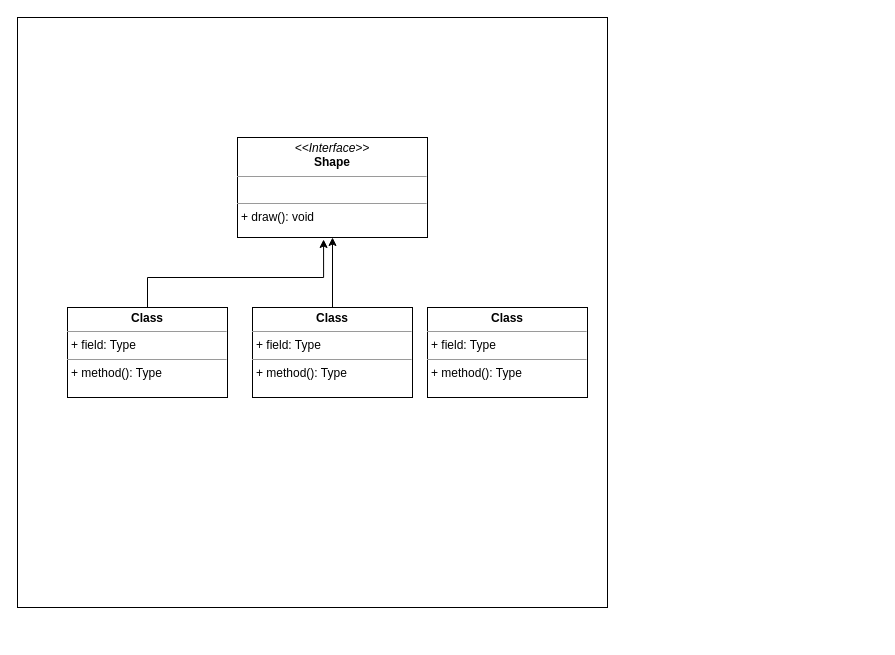
This is Factory Pattern 2.drawio from Chris-Lazarius/Drawing-of-programming-patterns-UML-Diagrams, a draw.io file, before an edit. Source tidied: cells renumbered, new cells numbered last; positions are measured from the earlier drawing's top-left corner, leaving out a move shared by most shapes. Both pictures are drawn from the tidied source at 100%, with x=0, y=0 at pixel (17, 17).
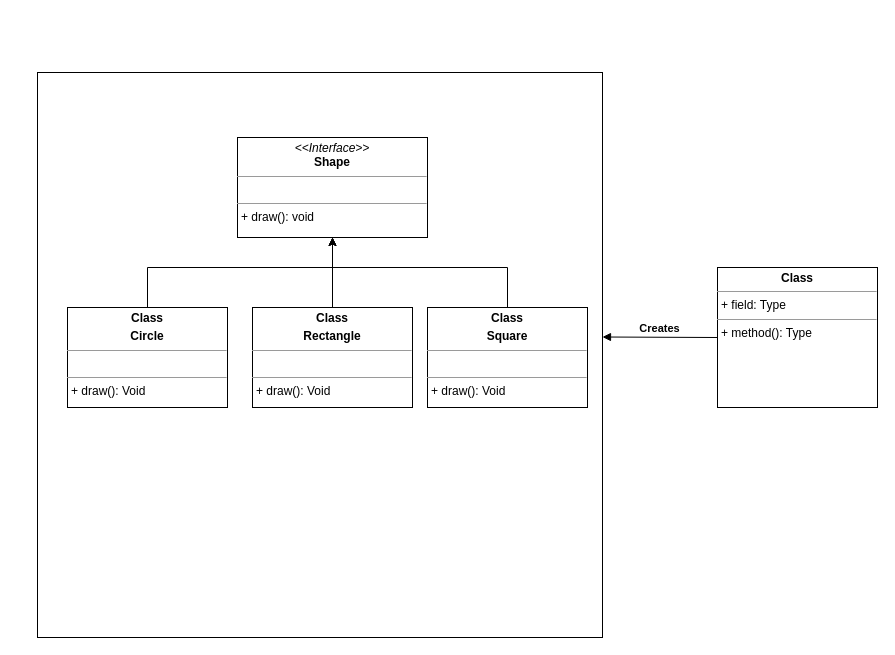
After the change.

Diff of the diagram source:
```diff
@@
 <mxGraphModel>
   <root>
     <mxCell id="0" />
     <mxCell id="1" parent="0" />
     <mxCell id="2" style="whiteSpace=wrap;html=1;" parent="1" vertex="1">
-      <mxGeometry width="590" height="590" as="geometry" />
+      <mxGeometry x="20" y="55" width="565" height="565" as="geometry" />
     </mxCell>
     <mxCell id="3" value="&lt;p style=&quot;margin:0px;margin-top:4px;text-align:center;&quot;&gt;&lt;i&gt;&amp;lt;&amp;lt;Interface&amp;gt;&amp;gt;&lt;/i&gt;&lt;br&gt;&lt;b&gt;Shape&lt;/b&gt;&lt;/p&gt;&lt;hr size=&quot;1&quot;&gt;&lt;p style=&quot;margin:0px;margin-left:4px;&quot;&gt;&lt;br&gt;&lt;/p&gt;&lt;hr size=&quot;1&quot;&gt;&lt;p style=&quot;margin:0px;margin-left:4px;&quot;&gt;+ draw(): void&lt;/p&gt;" style="verticalAlign=top;align=left;overflow=fill;fontSize=12;fontFamily=Helvetica;html=1;" parent="1" vertex="1">
       <mxGeometry x="220" y="120" width="190" height="100" as="geometry" />
     </mxCell>
-    <mxCell id="4" style="edgeStyle=orthogonalEdgeStyle;rounded=0;jettySize=auto;html=1;entryX=0.453;entryY=1.02;entryDx=0;entryDy=0;entryPerimeter=0;" parent="1" edge="1" source="5" target="3">
+    <mxCell id="4" style="edgeStyle=orthogonalEdgeStyle;rounded=0;jettySize=auto;html=1;exitX=0.5;exitY=0;exitDx=0;exitDy=0;entryX=0.5;entryY=1;entryDx=0;entryDy=0;" parent="1" edge="1" source="5" target="3">
       <mxGeometry relative="1" as="geometry">
         <Array as="points">
-          <mxPoint x="130" y="260" />
-          <mxPoint x="306" y="260" />
+          <mxPoint x="130" y="250" />
+          <mxPoint x="315" y="250" />
         </Array>
       </mxGeometry>
     </mxCell>
-    <mxCell id="5" value="&lt;p style=&quot;margin:0px;margin-top:4px;text-align:center;&quot;&gt;&lt;b&gt;Class&lt;/b&gt;&lt;/p&gt;&lt;hr size=&quot;1&quot;/&gt;&lt;p style=&quot;margin:0px;margin-left:4px;&quot;&gt;+ field: Type&lt;/p&gt;&lt;hr size=&quot;1&quot;/&gt;&lt;p style=&quot;margin:0px;margin-left:4px;&quot;&gt;+ method(): Type&lt;/p&gt;" style="verticalAlign=top;align=left;overflow=fill;fontSize=12;fontFamily=Helvetica;html=1;" parent="1" vertex="1">
-      <mxGeometry x="50" y="290" width="160" height="90" as="geometry" />
+    <mxCell id="5" value="&lt;p style=&quot;margin:0px;margin-top:4px;text-align:center;&quot;&gt;&lt;b&gt;Class&lt;/b&gt;&lt;/p&gt;&lt;p style=&quot;margin:0px;margin-top:4px;text-align:center;&quot;&gt;&lt;b&gt;Circle&lt;/b&gt;&lt;/p&gt;&lt;hr size=&quot;1&quot;&gt;&lt;p style=&quot;margin:0px;margin-left:4px;&quot;&gt;&lt;br&gt;&lt;/p&gt;&lt;hr size=&quot;1&quot;&gt;&lt;p style=&quot;margin:0px;margin-left:4px;&quot;&gt;+ draw(): Void&lt;/p&gt;" style="verticalAlign=top;align=left;overflow=fill;fontSize=12;fontFamily=Helvetica;html=1;" parent="1" vertex="1">
+      <mxGeometry x="50" y="290" width="160" height="100" as="geometry" />
     </mxCell>
     <mxCell id="6" style="edgeStyle=orthogonalEdgeStyle;rounded=0;jettySize=auto;html=1;" parent="1" edge="1" source="7" target="3">
       <mxGeometry relative="1" as="geometry" />
     </mxCell>
-    <mxCell id="7" value="&lt;p style=&quot;margin:0px;margin-top:4px;text-align:center;&quot;&gt;&lt;b&gt;Class&lt;/b&gt;&lt;/p&gt;&lt;hr size=&quot;1&quot;/&gt;&lt;p style=&quot;margin:0px;margin-left:4px;&quot;&gt;+ field: Type&lt;/p&gt;&lt;hr size=&quot;1&quot;/&gt;&lt;p style=&quot;margin:0px;margin-left:4px;&quot;&gt;+ method(): Type&lt;/p&gt;" style="verticalAlign=top;align=left;overflow=fill;fontSize=12;fontFamily=Helvetica;html=1;" parent="1" vertex="1">
-      <mxGeometry x="235" y="290" width="160" height="90" as="geometry" />
+    <mxCell id="7" value="&lt;p style=&quot;margin:0px;margin-top:4px;text-align:center;&quot;&gt;&lt;b&gt;Class&lt;/b&gt;&lt;/p&gt;&lt;p style=&quot;margin:0px;margin-top:4px;text-align:center;&quot;&gt;&lt;b&gt;Rectangle&lt;/b&gt;&lt;/p&gt;&lt;hr size=&quot;1&quot;&gt;&lt;p style=&quot;margin:0px;margin-left:4px;&quot;&gt;&lt;br&gt;&lt;/p&gt;&lt;hr size=&quot;1&quot;&gt;&lt;p style=&quot;margin:0px;margin-left:4px;&quot;&gt;+ draw(): Void&lt;/p&gt;" style="verticalAlign=top;align=left;overflow=fill;fontSize=12;fontFamily=Helvetica;html=1;" parent="1" vertex="1">
+      <mxGeometry x="235" y="290" width="160" height="100" as="geometry" />
     </mxCell>
+    <mxCell id="9" style="edgeStyle=orthogonalEdgeStyle;rounded=0;jettySize=auto;html=1;exitX=0.5;exitY=0;exitDx=0;exitDy=0;" parent="1" edge="1" source="8" target="3">
+      <mxGeometry relative="1" as="geometry">
+        <Array as="points">
+          <mxPoint x="490" y="250" />
+          <mxPoint x="315" y="250" />
+        </Array>
+      </mxGeometry>
+    </mxCell>
-    <mxCell id="8" value="&lt;p style=&quot;margin:0px;margin-top:4px;text-align:center;&quot;&gt;&lt;b&gt;Class&lt;/b&gt;&lt;/p&gt;&lt;hr size=&quot;1&quot;/&gt;&lt;p style=&quot;margin:0px;margin-left:4px;&quot;&gt;+ field: Type&lt;/p&gt;&lt;hr size=&quot;1&quot;/&gt;&lt;p style=&quot;margin:0px;margin-left:4px;&quot;&gt;+ method(): Type&lt;/p&gt;" style="verticalAlign=top;align=left;overflow=fill;fontSize=12;fontFamily=Helvetica;html=1;" parent="1" vertex="1">
-      <mxGeometry x="410" y="290" width="160" height="90" as="geometry" />
+    <mxCell id="8" value="&lt;p style=&quot;margin:0px;margin-top:4px;text-align:center;&quot;&gt;&lt;b&gt;Class&lt;/b&gt;&lt;/p&gt;&lt;p style=&quot;margin:0px;margin-top:4px;text-align:center;&quot;&gt;&lt;b&gt;Square&lt;/b&gt;&lt;/p&gt;&lt;hr size=&quot;1&quot;&gt;&lt;p style=&quot;margin:0px;margin-left:4px;&quot;&gt;&lt;br&gt;&lt;/p&gt;&lt;hr size=&quot;1&quot;&gt;&lt;p style=&quot;margin:0px;margin-left:4px;&quot;&gt;+ draw(): Void&lt;/p&gt;" style="verticalAlign=top;align=left;overflow=fill;fontSize=12;fontFamily=Helvetica;html=1;" parent="1" vertex="1">
+      <mxGeometry x="410" y="290" width="160" height="100" as="geometry" />
     </mxCell>
+    <mxCell id="10" value="&lt;p style=&quot;margin:0px;margin-top:4px;text-align:center;&quot;&gt;&lt;b&gt;Class&lt;/b&gt;&lt;/p&gt;&lt;hr size=&quot;1&quot;/&gt;&lt;p style=&quot;margin:0px;margin-left:4px;&quot;&gt;+ field: Type&lt;/p&gt;&lt;hr size=&quot;1&quot;/&gt;&lt;p style=&quot;margin:0px;margin-left:4px;&quot;&gt;+ method(): Type&lt;/p&gt;" style="verticalAlign=top;align=left;overflow=fill;fontSize=12;fontFamily=Helvetica;html=1;" parent="1" vertex="1">
+      <mxGeometry x="700" y="250" width="160" height="140" as="geometry" />
+    </mxCell>
+    <mxCell id="11" value="&lt;b&gt;Creates&lt;/b&gt;" style="html=1;verticalAlign=bottom;endArrow=block;rounded=0;exitX=0;exitY=0.5;exitDx=0;exitDy=0;" parent="1" edge="1" source="10">
+      <mxGeometry relative="1" as="geometry">
+        <mxPoint x="585" y="319.5" as="targetPoint" />
+      </mxGeometry>
+    </mxCell>
   </root>
 </mxGraphModel>
```
